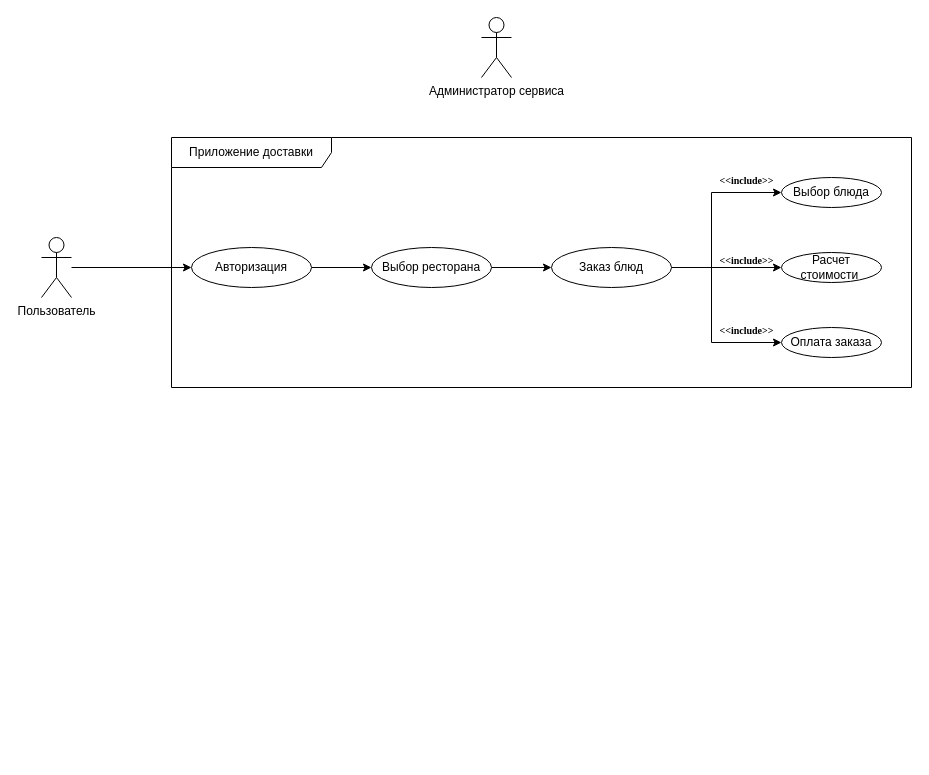
Above: Доставка еды.drawio in DeVarl1/Asshole-delivery (draw.io), before the change. Source tidied: cells renumbered, new cells numbered last; positions are measured from the earlier drawing's top-left corner, leaving out a move shared by most shapes. Both pictures are drawn from the tidied source at 100%, with x=0, y=0 at pixel (41, 17).
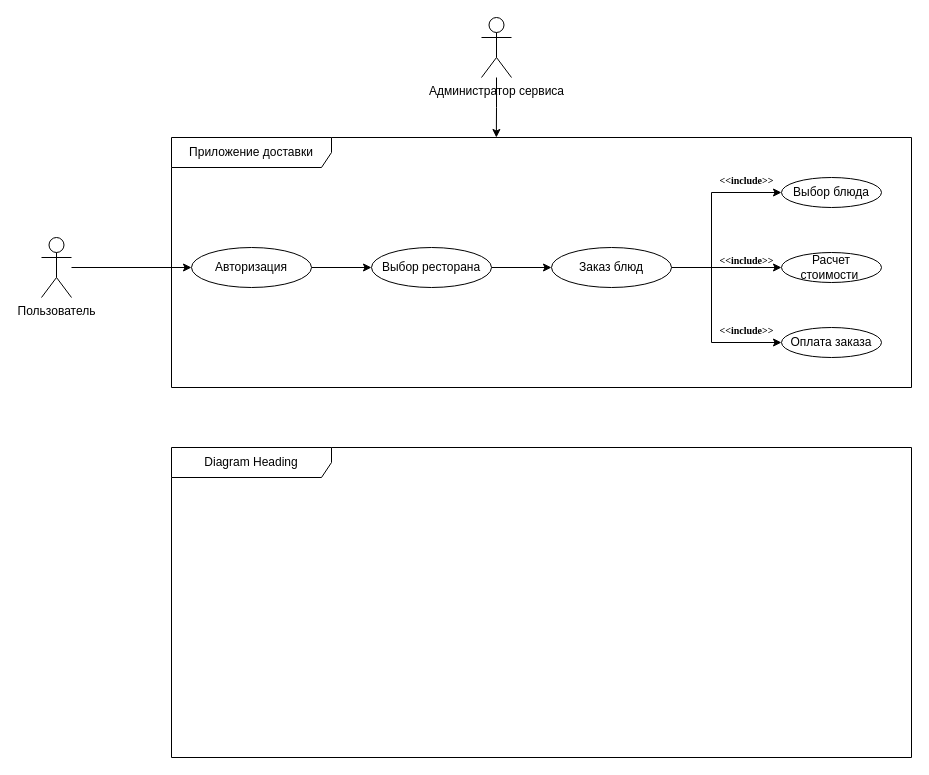
The same page after the edit.

Unchanged cells that the change refers to:
```xml
<mxCell id="18" value="Приложение доставки" style="shape=umlFrame;whiteSpace=wrap;html=1;width=160;" parent="1" vertex="1">
  <mxGeometry x="130" y="120" width="740" height="250" as="geometry" />
</mxCell>
<mxCell id="19" value="Администратор сервиса" style="shape=umlActor;verticalLabelPosition=bottom;verticalAlign=top;html=1;" parent="1" vertex="1">
  <mxGeometry x="440" width="30" height="60" as="geometry" />
</mxCell>
```

Change to the diagram source:
```diff
@@
+    <mxCell id="20" style="edgeStyle=orthogonalEdgeStyle;rounded=0;jettySize=auto;html=1;entryX=0.439;entryY=0;entryDx=0;entryDy=0;entryPerimeter=0;" parent="1" edge="1" source="19" target="18">
+      <mxGeometry relative="1" as="geometry" />
+    </mxCell>
+    <mxCell id="21" value="Diagram Heading" style="shape=umlFrame;whiteSpace=wrap;html=1;width=160;" parent="1" vertex="1">
+      <mxGeometry x="130" y="430" width="740" height="310" as="geometry" />
+    </mxCell>
```
